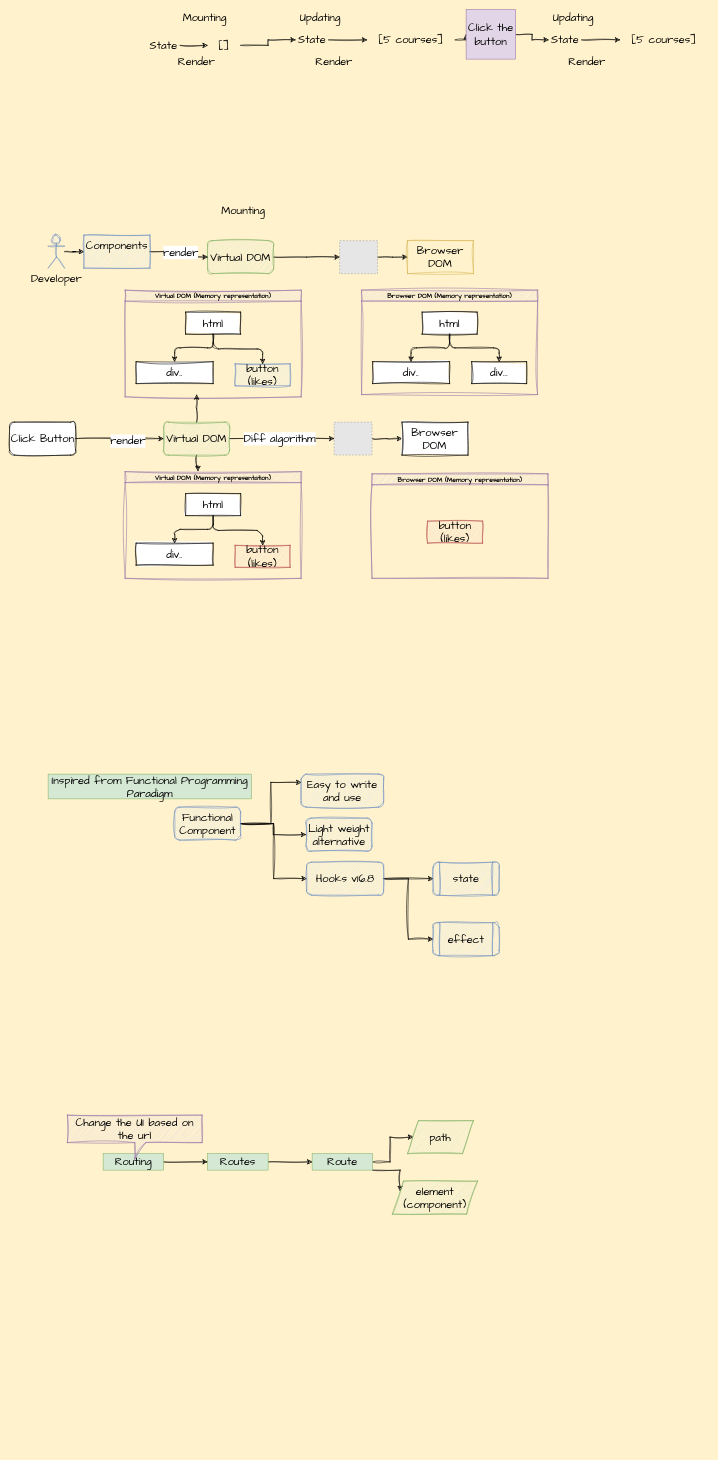
SumeetWajpe/Synechron_React_July_2023 keeps this draw.io diagram as page "DAY-2" (2 of 2) of Supporting Docs/React_Synechron_July23.drawio. Above is the earlier version. Source tidied: cells renumbered, new cells numbered last; positions are measured from the earlier drawing's top-left corner, leaving out a move shared by most shapes. Both pictures are drawn from the tidied source at 55%, with x=0, y=0 at pixel (9, 9). Pictures stored in the file or linked from it are replaced by grey dashed boxes.
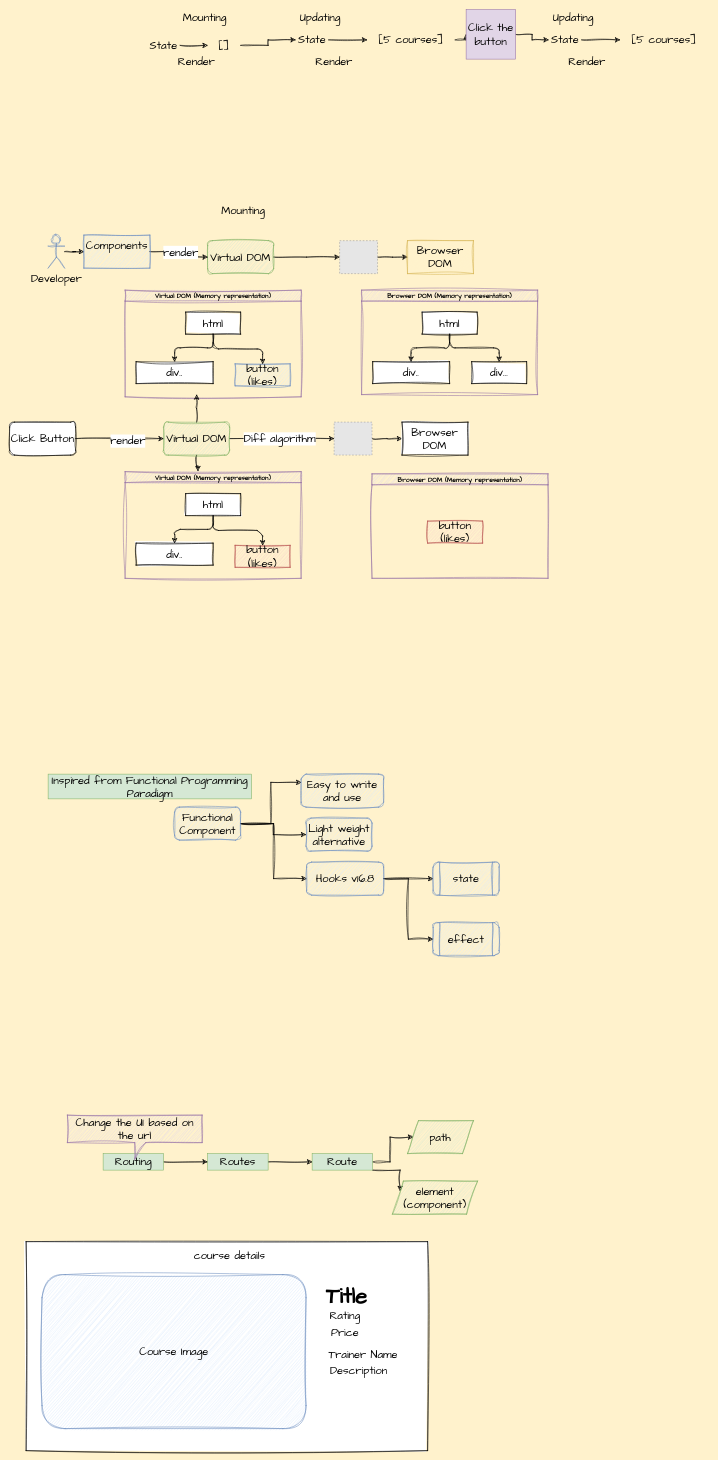
After the change.

Commit message (it also covers changes not shown here):
✨ Adding Course details

What changed in the source:
```diff
@@
+    <mxCell id="85" style="rounded=0;whiteSpace=wrap;html=1;sketch=1;hachureGap=4;jiggle=2;curveFitting=1;fontFamily=Architects Daughter;fontSize=20;" parent="1" vertex="1">
+      <mxGeometry x="30" y="2240" width="730" height="380" as="geometry" />
+    </mxCell>
+    <mxCell id="86" value="course details" style="text;html=1;strokeColor=none;fillColor=none;align=center;verticalAlign=middle;whiteSpace=wrap;rounded=0;fontSize=20;fontFamily=Architects Daughter;" parent="1" vertex="1">
+      <mxGeometry x="310" y="2250" width="180" height="30" as="geometry" />
+    </mxCell>
+    <mxCell id="87" value="Course Image" style="rounded=1;whiteSpace=wrap;html=1;sketch=1;hachureGap=4;jiggle=2;curveFitting=1;fontFamily=Architects Daughter;fontSize=20;fillColor=#dae8fc;strokeColor=#6c8ebf;" parent="1" vertex="1">
+      <mxGeometry x="58.9" y="2300" width="480" height="280" as="geometry" />
+    </mxCell>
+    <mxCell id="88" value="Rating" style="text;html=1;strokeColor=none;fillColor=none;align=center;verticalAlign=middle;whiteSpace=wrap;rounded=0;fontSize=20;fontFamily=Architects Daughter;" parent="1" vertex="1">
+      <mxGeometry x="580" y="2360" width="60" height="30" as="geometry" />
+    </mxCell>
+    <mxCell id="89" value="&lt;h1&gt;Title&lt;/h1&gt;" style="text;html=1;strokeColor=none;fillColor=none;spacing=5;spacingTop=-20;whiteSpace=wrap;overflow=hidden;rounded=0;fontSize=20;fontFamily=Architects Daughter;" parent="1" vertex="1">
+      <mxGeometry x="570" y="2300" width="190" height="60" as="geometry" />
+    </mxCell>
+    <mxCell id="90" value="Price" style="text;html=1;strokeColor=none;fillColor=none;align=center;verticalAlign=middle;whiteSpace=wrap;rounded=0;fontSize=20;fontFamily=Architects Daughter;" parent="1" vertex="1">
+      <mxGeometry x="580" y="2390" width="60" height="30" as="geometry" />
+    </mxCell>
+    <mxCell id="91" value="Description" style="text;html=1;strokeColor=none;fillColor=none;align=center;verticalAlign=middle;whiteSpace=wrap;rounded=0;fontSize=20;fontFamily=Architects Daughter;" parent="1" vertex="1">
+      <mxGeometry x="604.5" y="2460" width="60" height="30" as="geometry" />
+    </mxCell>
+    <mxCell id="92" value="Trainer Name" style="text;html=1;strokeColor=none;fillColor=none;align=center;verticalAlign=middle;whiteSpace=wrap;rounded=0;fontSize=20;fontFamily=Architects Daughter;" parent="1" vertex="1">
+      <mxGeometry x="570" y="2430" width="145.5" height="30" as="geometry" />
+    </mxCell>
```
